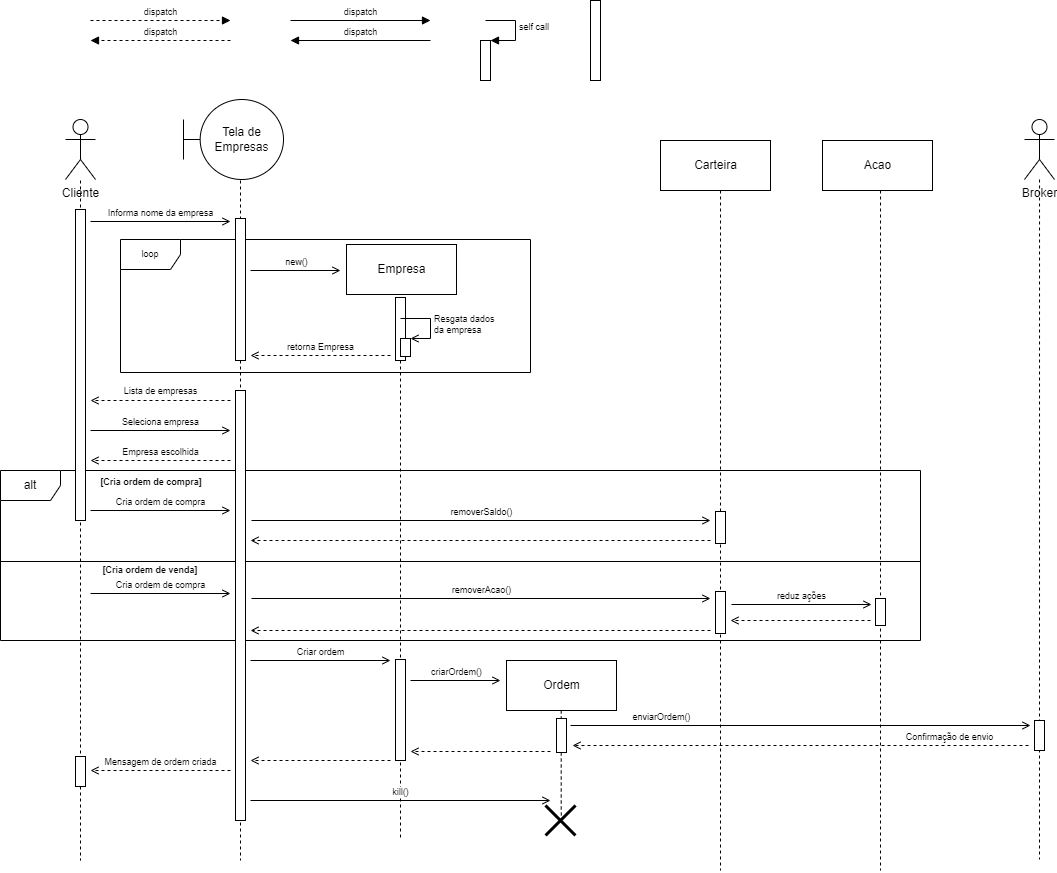
The draw.io diagram MarketDiagramasDeSequencia/MarketSequencia02.drawio.png in EijiDogen/FEI_MDSMarket, before a commit. Source tidied: cells renumbered, new cells last; positions are measured from the earlier drawing's top-left corner, leaving out a move shared by most shapes.
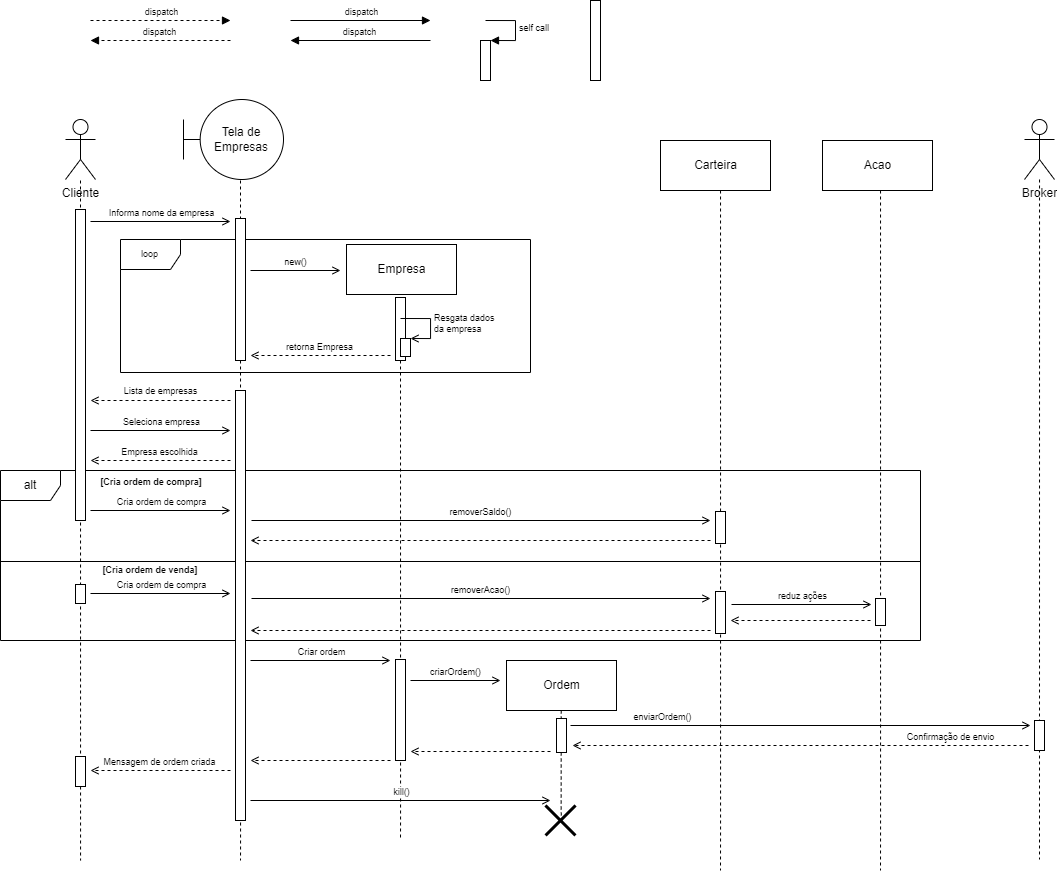
The same diagram one commit later.

The edit, as a diff of the source:
```diff
@@ -198,6 +198,9 @@
         <mxPoint x="572" y="745" as="targetPoint" />
       </mxGeometry>
     </mxCell>
+    <mxCell id="68" style="html=1;perimeter=orthogonalPerimeter;fontSize=9;" parent="31" vertex="1">
+      <mxGeometry x="75" y="584" width="10" height="19" as="geometry" />
+    </mxCell>
     <mxCell id="44" value="Messages" parent="0" />
     <mxCell id="45" value="Informa nome da empresa" style="html=1;verticalAlign=bottom;endArrow=open;rounded=0;fontSize=9;endFill=0;" parent="44" edge="1">
       <mxGeometry relative="1" as="geometry">
```
